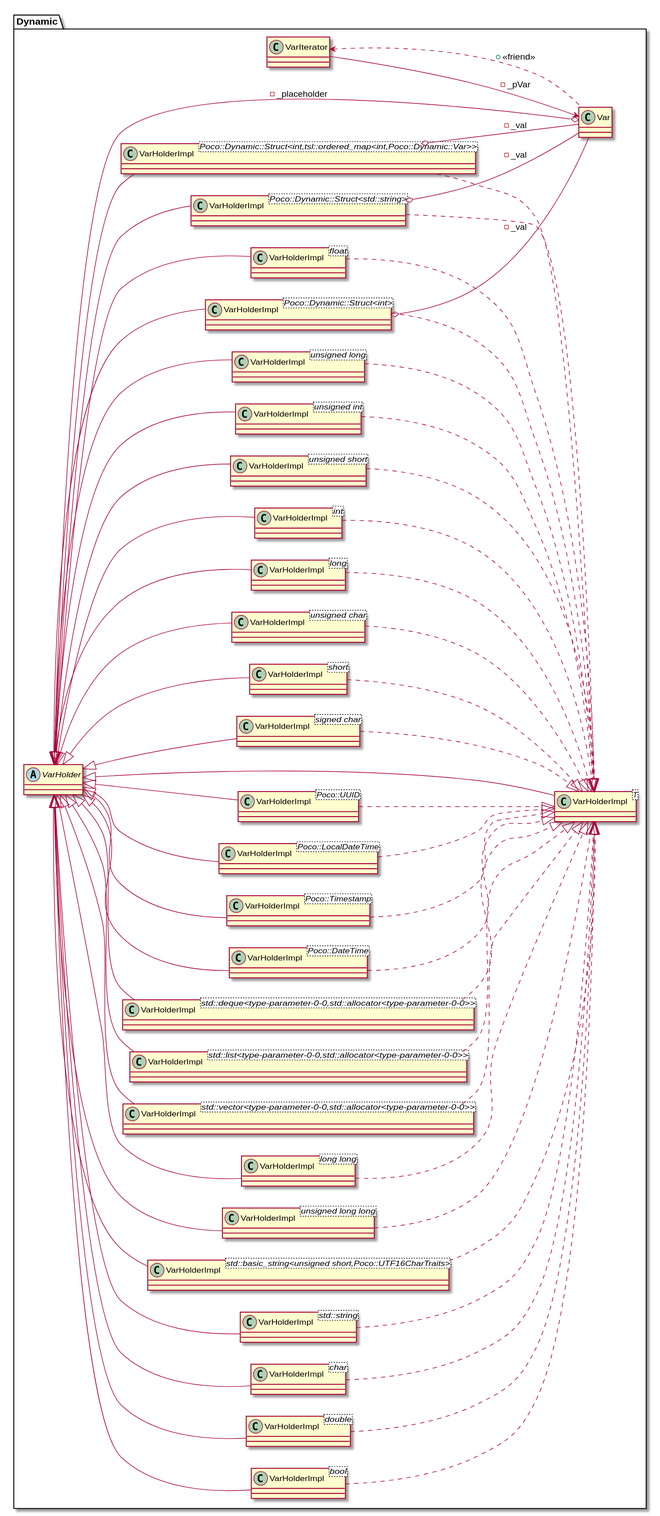
This is poco/puml/dynamic_class_diagram.svg from bkryza/clang-uml-examples, a PlantUML export, as it was before one commit.
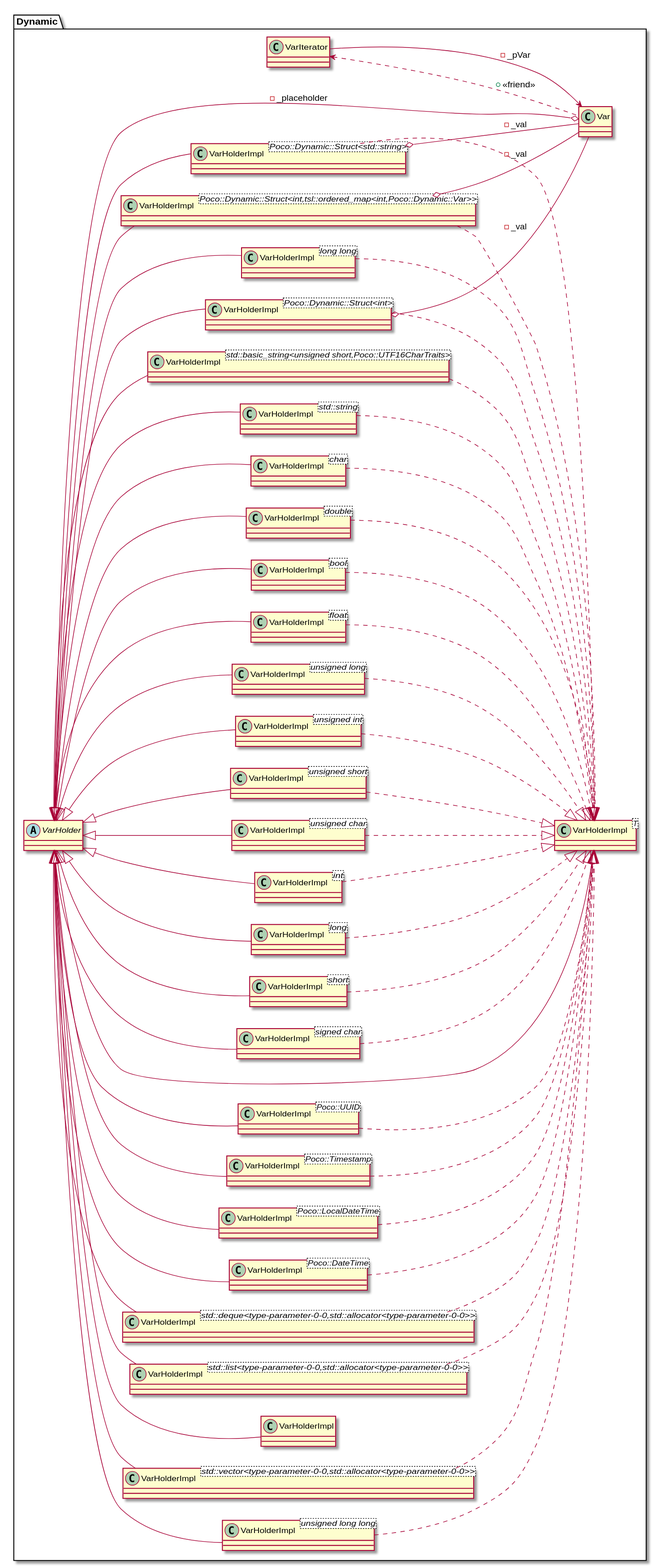
After the change.

The edit, as a diff of the source:
```diff
@@ -6,6 +6,9 @@
 }
 class "VarHolderImpl<T>" as C_0001112867090784569162
 class C_0001112867090784569162 [[https://github.com/pocoproject/poco/blob/c7f7b8a298bcbf92d686ddbb0a3f691e449cf95e/Foundation/include/Poco/Dynamic/VarHolder.h#L705{VarHolderImpl}]] {
+}
+class "VarHolderImpl" as C_0002220828280612533118
+class C_0002220828280612533118 [[https://github.com/pocoproject/poco/blob/c7f7b8a298bcbf92d686ddbb0a3f691e449cf95e/Foundation/include/Poco/Dynamic/VarHolder.h#L759{VarHolderImpl}]] {
 }
 class "VarHolderImpl<signed char>" as C_0002149165824584484566
 class C_0002149165824584484566 [[https://github.com/pocoproject/poco/blob/c7f7b8a298bcbf92d686ddbb0a3f691e449cf95e/Foundation/include/Poco/Dynamic/VarHolder.h#L759{VarHolderImpl}]] {
@@ -93,6 +96,7 @@
 }
 }
 C_0000820091630223006238 <|-- C_0001112867090784569162
+C_0000820091630223006238 <|-- C_0002220828280612533118
 C_0002149165824584484566 ..|> C_0001112867090784569162
 C_0000820091630223006238 <|-- C_0002149165824584484566
 C_0000198808093629002393 ..|> C_0001112867090784569162
```
